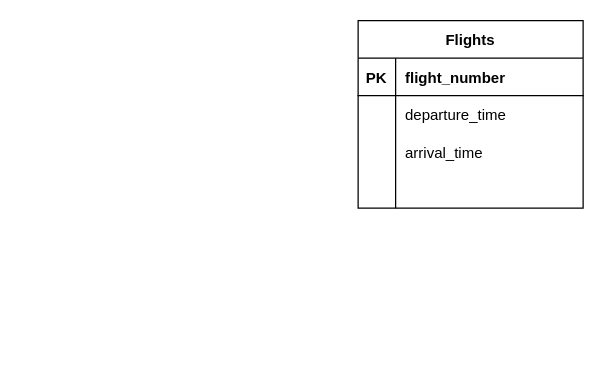
This is Airline system ER diagram.drawio from lyulka/comp3278, a draw.io file, before an edit. Source tidied: cells renumbered, new cells numbered last; positions are measured from the earlier drawing's top-left corner, leaving out a move shared by most shapes. Both pictures are drawn from the tidied source at 125%, with x=0, y=0 at pixel (358, 20).
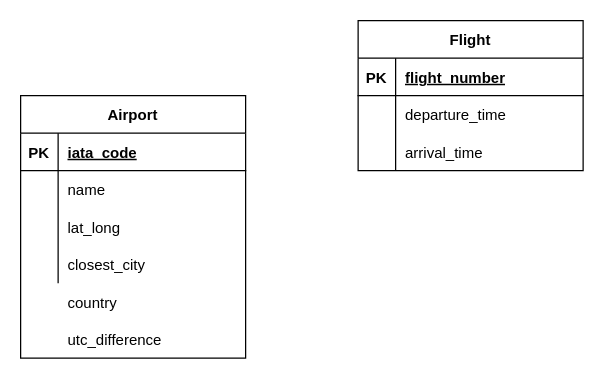
The same diagram, later.

Commit message:
Added airport entity

Unchanged cells that the change refers to:
```xml
<mxCell id="3" style="shape=partialRectangle;fillColor=none;top=0;left=0;bottom=1;right=0;" parent="2" vertex="1">
  <mxGeometry y="30" width="180" height="30" as="geometry" />
</mxCell>
```

Change to the diagram source:
```diff
@@
-    <mxCell id="2" value="Flights" style="shape=table;startSize=30;childLayout=tableLayout;rowLines=0;fontStyle=1;align=center;" parent="1" vertex="1">
-      <mxGeometry width="180" height="150" as="geometry" />
+    <mxCell id="2" value="Flight" style="shape=table;startSize=30;childLayout=tableLayout;rowLines=0;fontStyle=1;align=center;" parent="1" vertex="1">
+      <mxGeometry width="180" height="120" as="geometry" />
     </mxCell>
@@
-    <mxCell id="5" value="flight_number" style="shape=partialRectangle;fillColor=none;top=0;left=0;bottom=0;right=0;align=left;spacingLeft=6;fontStyle=1;overflow=hidden;" parent="3" vertex="1">
+    <mxCell id="5" value="flight_number" style="shape=partialRectangle;fillColor=none;top=0;left=0;bottom=0;right=0;align=left;spacingLeft=6;fontStyle=5;overflow=hidden;" parent="3" vertex="1">
       <mxGeometry x="30" width="150" height="30" as="geometry" />
     </mxCell>
@@
+    <mxCell id="15" value="Airport" style="shape=table;startSize=30;childLayout=tableLayout;rowLines=0;fontStyle=1;align=center;" parent="1" vertex="1">
+      <mxGeometry x="-270" y="60" width="180" height="210" as="geometry" />
+    </mxCell>
+    <mxCell id="16" style="shape=partialRectangle;fillColor=none;top=0;left=0;bottom=1;right=0;" parent="15" vertex="1">
+      <mxGeometry y="30" width="180" height="30" as="geometry" />
+    </mxCell>
+    <mxCell id="17" value="PK" style="shape=partialRectangle;fillColor=none;top=0;left=0;bottom=0;right=0;fontStyle=1;overflow=hidden;" parent="16" vertex="1">
+      <mxGeometry width="30" height="30" as="geometry" />
+    </mxCell>
+    <mxCell id="18" value="iata_code" style="shape=partialRectangle;fillColor=none;top=0;left=0;bottom=0;right=0;align=left;spacingLeft=6;fontStyle=5;overflow=hidden;" parent="16" vertex="1">
+      <mxGeometry x="30" width="150" height="30" as="geometry" />
+    </mxCell>
+    <mxCell id="19" style="shape=partialRectangle;fillColor=none;top=0;left=0;bottom=0;right=0;" parent="15" vertex="1">
+      <mxGeometry y="60" width="180" height="30" as="geometry" />
+    </mxCell>
+    <mxCell id="20" style="shape=partialRectangle;fillColor=none;top=0;left=0;bottom=0;right=0;overflow=hidden;" parent="19" vertex="1">
+      <mxGeometry width="30" height="30" as="geometry" />
+    </mxCell>
+    <mxCell id="21" value="name" style="shape=partialRectangle;fillColor=none;top=0;left=0;bottom=0;right=0;align=left;spacingLeft=6;overflow=hidden;" parent="19" vertex="1">
+      <mxGeometry x="30" width="150" height="30" as="geometry" />
+    </mxCell>
+    <mxCell id="22" style="shape=partialRectangle;fillColor=none;top=0;left=0;bottom=0;right=0;" parent="15" vertex="1">
+      <mxGeometry y="90" width="180" height="30" as="geometry" />
+    </mxCell>
+    <mxCell id="23" style="shape=partialRectangle;fillColor=none;top=0;left=0;bottom=0;right=0;overflow=hidden;" parent="22" vertex="1">
+      <mxGeometry width="30" height="30" as="geometry" />
+    </mxCell>
+    <mxCell id="24" value="lat_long" style="shape=partialRectangle;fillColor=none;top=0;left=0;bottom=0;right=0;align=left;spacingLeft=6;overflow=hidden;" parent="22" vertex="1">
+      <mxGeometry x="30" width="150" height="30" as="geometry" />
+    </mxCell>
-    <mxCell id="12" style="shape=partialRectangle;fillColor=none;top=0;left=0;bottom=0;right=0;" parent="2" vertex="1">
+    <mxCell id="12" style="shape=partialRectangle;fillColor=none;top=0;left=0;bottom=0;right=0;" parent="15" vertex="1">
       <mxGeometry y="120" width="180" height="30" as="geometry" />
     </mxCell>
-    <mxCell id="13" style="shape=partialRectangle;fillColor=none;top=0;left=0;bottom=0;right=0;overflow=hidden;" parent="12" vertex="1">
-      <mxGeometry width="30" height="30" as="geometry" />
-    </mxCell>
-    <mxCell id="14" style="shape=partialRectangle;fillColor=none;top=0;left=0;bottom=0;right=0;align=left;spacingLeft=6;overflow=hidden;" parent="12" vertex="1">
-      <mxGeometry x="30" width="150" height="30" as="geometry" />
-    </mxCell>
+    <mxCell id="25" style="shape=partialRectangle;fillColor=none;top=0;left=0;bottom=0;right=0;overflow=hidden;" parent="12" vertex="1">
+      <mxGeometry width="30" height="30" as="geometry" />
+    </mxCell>
+    <mxCell id="26" value="closest_city" style="shape=partialRectangle;fillColor=none;top=0;left=0;bottom=0;right=0;align=left;spacingLeft=6;overflow=hidden;" parent="12" vertex="1">
+      <mxGeometry x="30" width="150" height="30" as="geometry" />
+    </mxCell>
+    <mxCell id="27" style="shape=partialRectangle;fillColor=none;top=0;left=0;bottom=0;right=0;" parent="1" vertex="1">
+      <mxGeometry x="-270" y="210" width="180" height="30" as="geometry" />
+    </mxCell>
+    <mxCell id="28" style="shape=partialRectangle;fillColor=none;top=0;left=0;bottom=0;right=0;overflow=hidden;" parent="27" vertex="1">
+      <mxGeometry width="30" height="30" as="geometry" />
+    </mxCell>
+    <mxCell id="29" value="country" style="shape=partialRectangle;fillColor=none;top=0;left=0;bottom=0;right=0;align=left;spacingLeft=6;overflow=hidden;" parent="27" vertex="1">
+      <mxGeometry x="30" width="150" height="30" as="geometry" />
+    </mxCell>
+    <mxCell id="30" style="shape=partialRectangle;fillColor=none;top=0;left=0;bottom=0;right=0;" parent="1" vertex="1">
+      <mxGeometry x="-270" y="240" width="180" height="30" as="geometry" />
+    </mxCell>
+    <mxCell id="31" style="shape=partialRectangle;fillColor=none;top=0;left=0;bottom=0;right=0;overflow=hidden;" parent="30" vertex="1">
+      <mxGeometry width="30" height="30" as="geometry" />
+    </mxCell>
+    <mxCell id="32" value="utc_difference" style="shape=partialRectangle;fillColor=none;top=0;left=0;bottom=0;right=0;align=left;spacingLeft=6;overflow=hidden;" parent="30" vertex="1">
+      <mxGeometry x="30" width="150" height="30" as="geometry" />
+    </mxCell>
```
